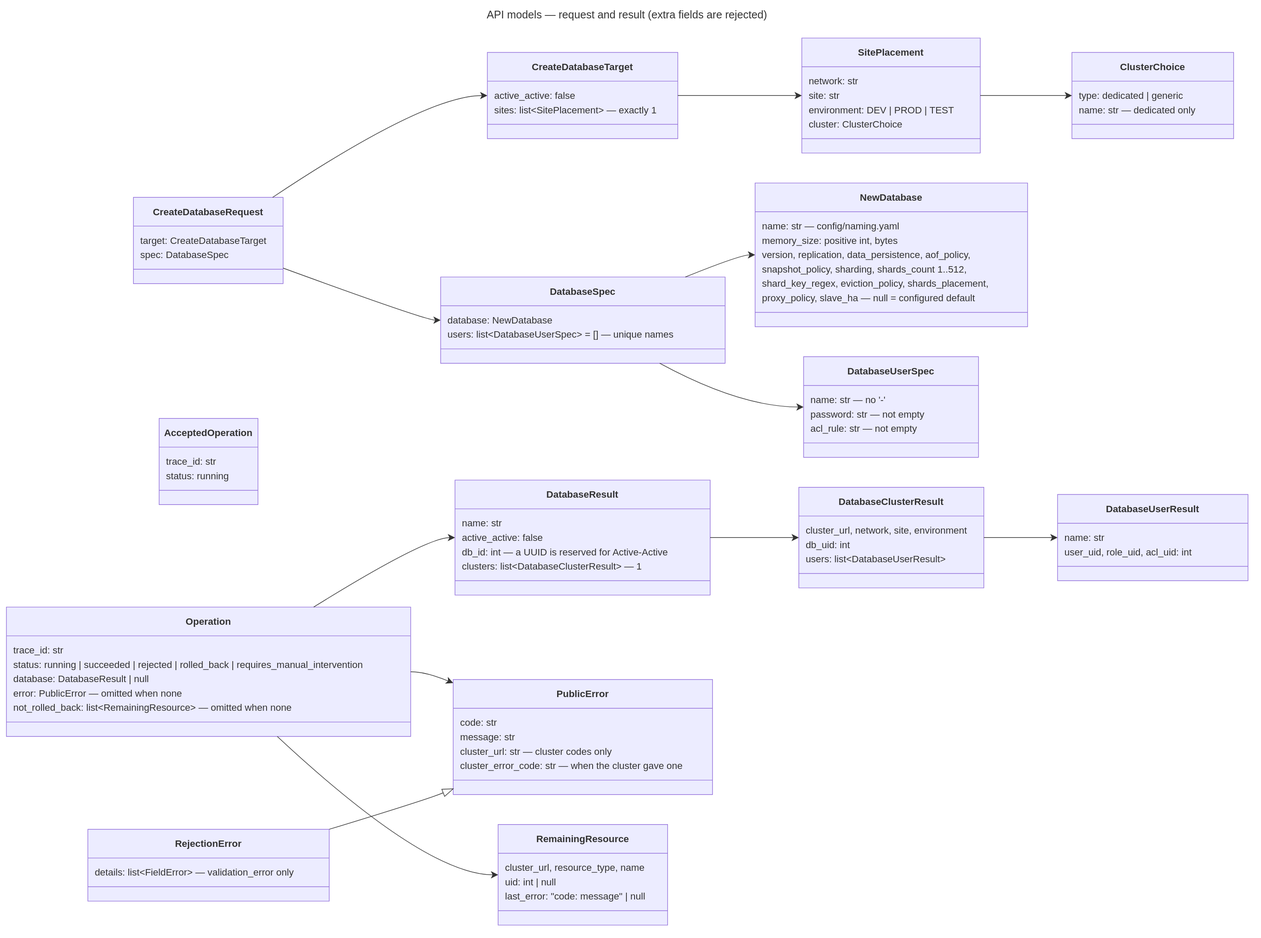
Before: docs/diagrams/19-api-models-create.drawio.svg, a diagram exported from draw.io (EliShteinman/redis-enterprise-services). Source tidied: cells renumbered, new cells last; positions are measured from the earlier drawing's top-left corner, leaving out a move shared by most shapes.
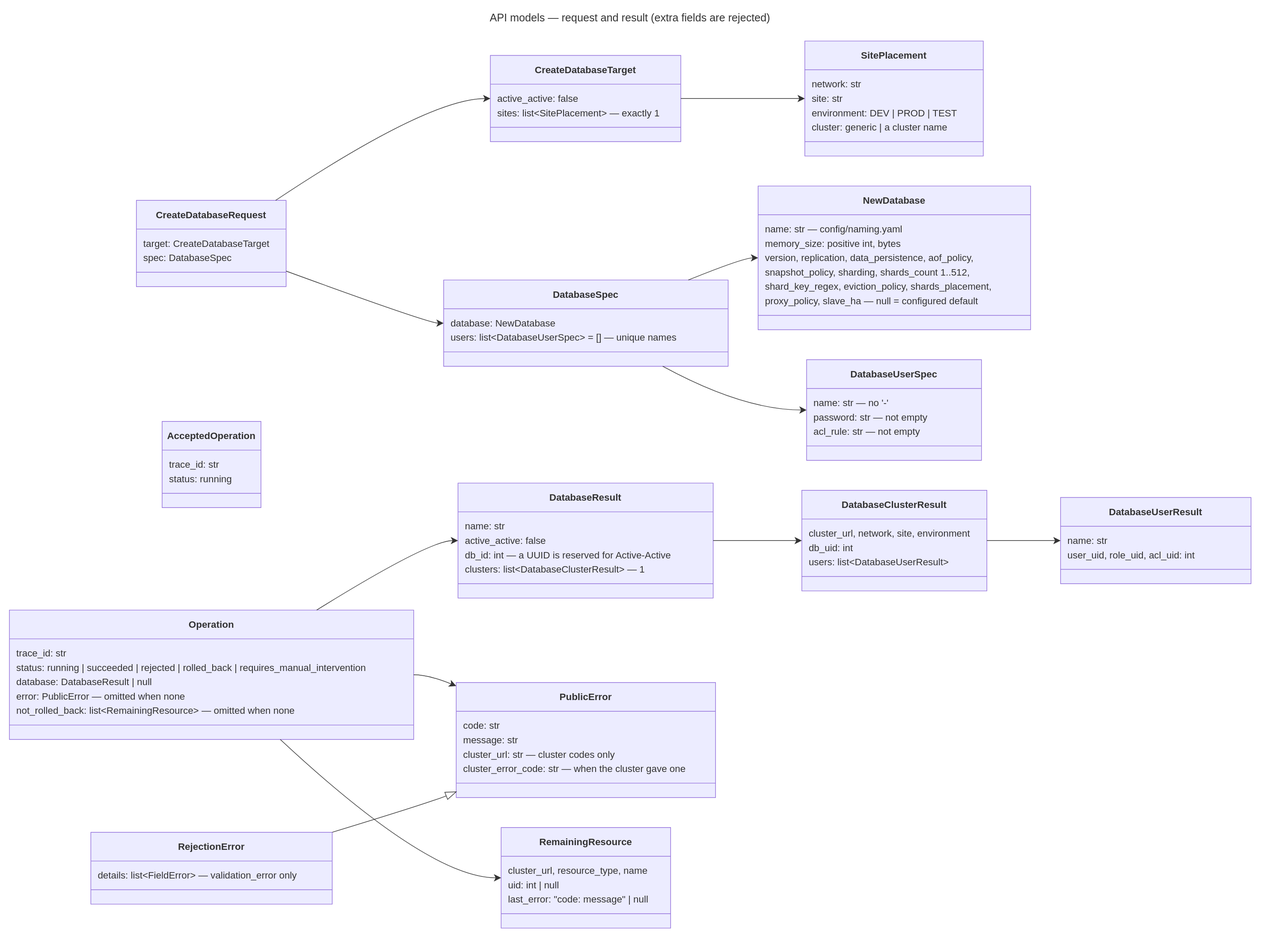
Above is the later version.

Commit message:
docs: the request names its cluster in one field, generic or a cluster name; locks use the cluster api_url

Diff of the diagram source:
```diff
@@ -38,24 +38,12 @@
     <mxCell id="13" value="environment: DEV | PROD | TEST" style="text;fontSize=16;strokeColor=none;fillColor=none;align=left;verticalAlign=middle;spacingLeft=10;spacingRight=12;spacingBottom=2;overflow=hidden;fontFamily=Trebuchet MS,Verdana,Arial,sans-serif;fontColor=light-dark(#333333,#cccccc);" parent="10" vertex="1">
       <mxGeometry y="108" width="298" height="24" as="geometry" />
     </mxCell>
-    <mxCell id="14" value="cluster: ClusterChoice" style="text;fontSize=16;strokeColor=none;fillColor=none;align=left;verticalAlign=middle;spacingLeft=10;spacingRight=12;spacingBottom=2;overflow=hidden;fontFamily=Trebuchet MS,Verdana,Arial,sans-serif;fontColor=light-dark(#333333,#cccccc);" parent="10" vertex="1">
+    <mxCell id="14" value="cluster: generic | a cluster name" style="text;fontSize=16;strokeColor=none;fillColor=none;align=left;verticalAlign=middle;spacingLeft=10;spacingRight=12;spacingBottom=2;overflow=hidden;fontFamily=Trebuchet MS,Verdana,Arial,sans-serif;fontColor=light-dark(#333333,#cccccc);" parent="10" vertex="1">
       <mxGeometry y="132" width="298" height="24" as="geometry" />
     </mxCell>
     <mxCell id="15" style="line;strokeWidth=1;fillColor=none;spacingLeft=3;spacingRight=3;strokeColor=inherit;" parent="10" vertex="1">
       <mxGeometry y="156" width="298" height="24" as="geometry" />
     </mxCell>
-    <mxCell id="16" value="&lt;b&gt;ClusterChoice&lt;/b&gt;" style="swimlane;html=1;fontStyle=1;fontSize=16;align=center;verticalAlign=middle;horizontal=1;startSize=48;swimlaneFillColor=light-dark(#ECECFF,#1f2020);whiteSpace=wrap;fillColor=light-dark(#ECECFF,#1f2020);strokeColor=light-dark(#9370DB,#cccccc);fontColor=light-dark(#333333,#cccccc);fontFamily=Trebuchet MS,Verdana,Arial,sans-serif;" parent="1" vertex="1">
-      <mxGeometry x="1779" y="77" width="270" height="144" as="geometry" />
-    </mxCell>
-    <mxCell id="17" value="type: dedicated | generic" style="text;fontSize=16;strokeColor=none;fillColor=none;align=left;verticalAlign=middle;spacingLeft=10;spacingRight=12;spacingBottom=2;overflow=hidden;fontFamily=Trebuchet MS,Verdana,Arial,sans-serif;fontColor=light-dark(#333333,#cccccc);" parent="16" vertex="1">
-      <mxGeometry y="60" width="270" height="24" as="geometry" />
-    </mxCell>
-    <mxCell id="18" value="name: str — dedicated only" style="text;fontSize=16;strokeColor=none;fillColor=none;align=left;verticalAlign=middle;spacingLeft=10;spacingRight=12;spacingBottom=2;overflow=hidden;fontFamily=Trebuchet MS,Verdana,Arial,sans-serif;fontColor=light-dark(#333333,#cccccc);" parent="16" vertex="1">
-      <mxGeometry y="84" width="270" height="24" as="geometry" />
-    </mxCell>
-    <mxCell id="19" style="line;strokeWidth=1;fillColor=none;spacingLeft=3;spacingRight=3;strokeColor=inherit;" parent="16" vertex="1">
-      <mxGeometry y="108" width="270" height="24" as="geometry" />
-    </mxCell>
     <mxCell id="20" value="&lt;b&gt;DatabaseSpec&lt;/b&gt;" style="swimlane;html=1;fontStyle=1;fontSize=16;align=center;verticalAlign=middle;horizontal=1;startSize=48;swimlaneFillColor=light-dark(#ECECFF,#1f2020);whiteSpace=wrap;fillColor=light-dark(#ECECFF,#1f2020);strokeColor=light-dark(#9370DB,#cccccc);fontColor=light-dark(#333333,#cccccc);fontFamily=Trebuchet MS,Verdana,Arial,sans-serif;" parent="1" vertex="1">
       <mxGeometry x="725" y="452" width="475" height="144" as="geometry" />
     </mxCell>
@@ -237,9 +225,6 @@
     <mxCell id="78" style="curved=1;startArrow=none;endArrow=classic;endSize=9;strokeColor=light-dark(#333333,#cccccc);exitX=1;exitY=0.5;entryX=0;entryY=0.5;" parent="1" edge="1" source="6" target="10">
       <mxGeometry relative="1" as="geometry" />
     </mxCell>
-    <mxCell id="79" style="curved=1;startArrow=none;endArrow=classic;endSize=9;strokeColor=light-dark(#333333,#cccccc);exitX=1;exitY=0.5;entryX=0;entryY=0.5;" parent="1" edge="1" source="10" target="16">
-      <mxGeometry relative="1" as="geometry" />
-    </mxCell>
     <mxCell id="80" style="curved=1;startArrow=none;endArrow=classic;endSize=9;strokeColor=light-dark(#333333,#cccccc);exitX=1;exitY=0.82;entryX=0;entryY=0.5;" parent="1" edge="1" source="2" target="20">
       <mxGeometry relative="1" as="geometry">
         <Array as="points">
```
